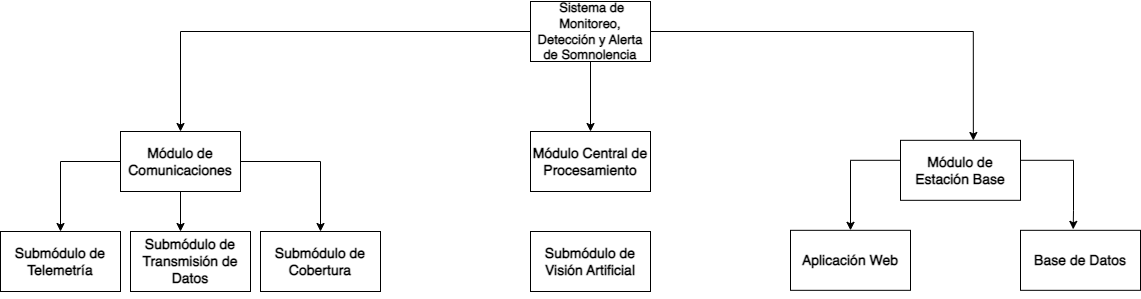
Earlier version of the draw.io export topdowngeneral.png (alangamboa97/TT). Source tidied: cells renumbered, new cells last; positions are measured from the earlier drawing's top-left corner, leaving out a move shared by most shapes.
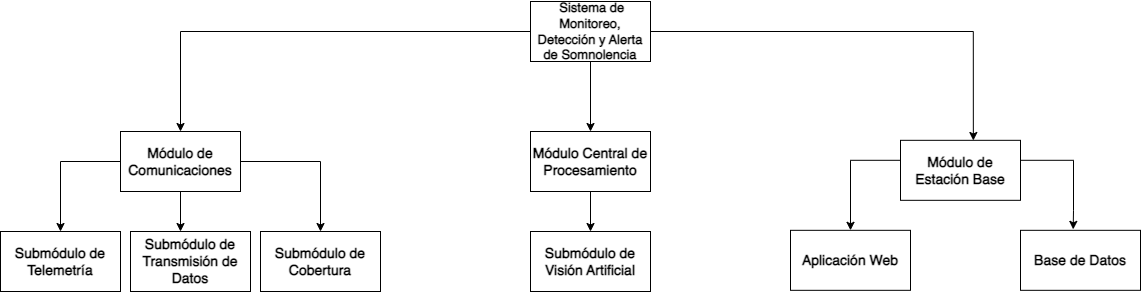
After the change.

Change to the diagram source:
```diff
@@ -14,6 +14,9 @@
     <mxCell id="5" value="&lt;b style=&quot;font-size: 13px;&quot;&gt;&amp;nbsp;Sistema de Monitoreo, Detección y Alerta de Somnolencia&lt;/b&gt;" style="rounded=0;whiteSpace=wrap;html=1;fontSize=13;" parent="1" vertex="1">
       <mxGeometry x="530" width="120" height="60" as="geometry" />
     </mxCell>
+    <mxCell id="21" style="edgeStyle=orthogonalEdgeStyle;rounded=0;jettySize=auto;html=1;entryX=0.5;entryY=0;entryDx=0;entryDy=0;" parent="1" edge="1" source="6" target="20">
+      <mxGeometry relative="1" as="geometry" />
+    </mxCell>
     <mxCell id="6" value="&lt;b style=&quot;font-size: 14px;&quot;&gt;Módulo Central de Procesamiento&lt;/b&gt;" style="rounded=0;whiteSpace=wrap;html=1;fontSize=14;" parent="1" vertex="1">
       <mxGeometry x="530" y="130" width="120" height="60" as="geometry" />
     </mxCell>
```
